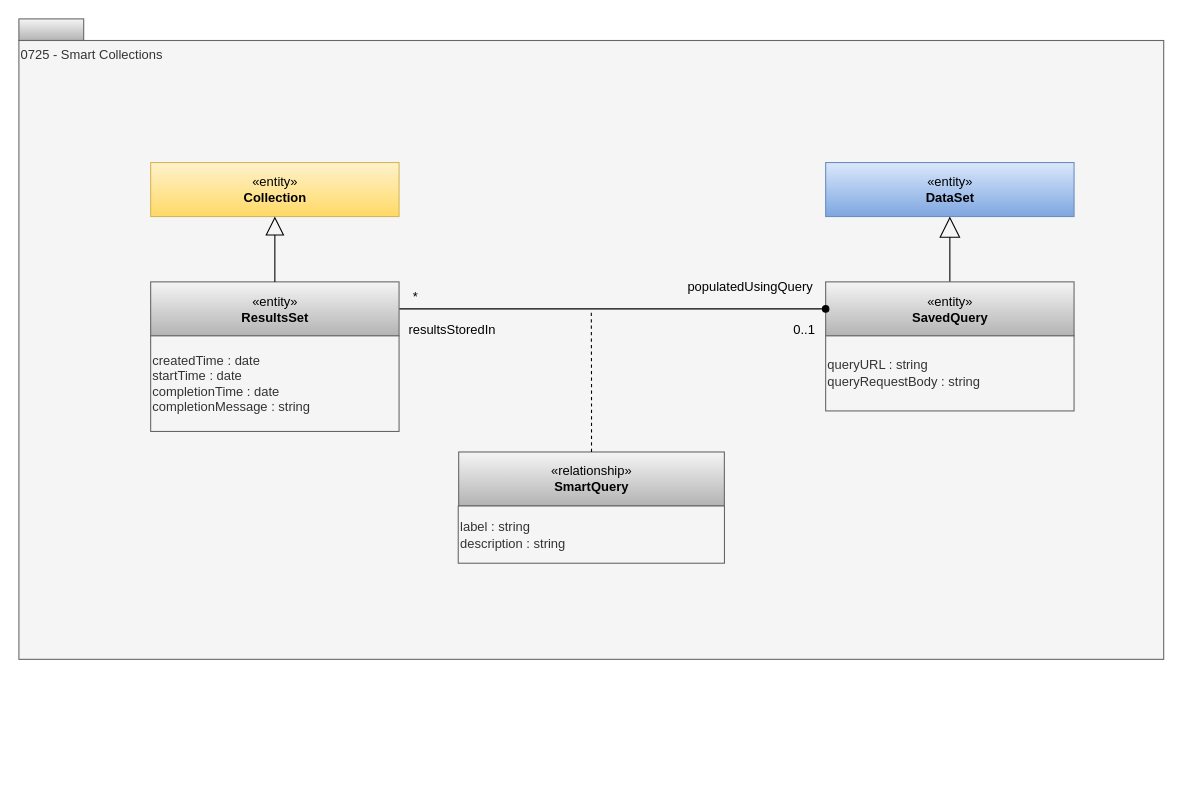
This is page "0725-Smart-Collections" (9 of 20) of site/docs/types/7/area-7-lineage.drawio from odpi/egeria-docs, a draw.io file, before an edit. Source tidied: cells renumbered, new cells numbered last; positions are measured from the earlier drawing's top-left corner, leaving out a move shared by most shapes. Both pictures are drawn from the tidied source at 108%, with x=0, y=0 at pixel (18, 18).
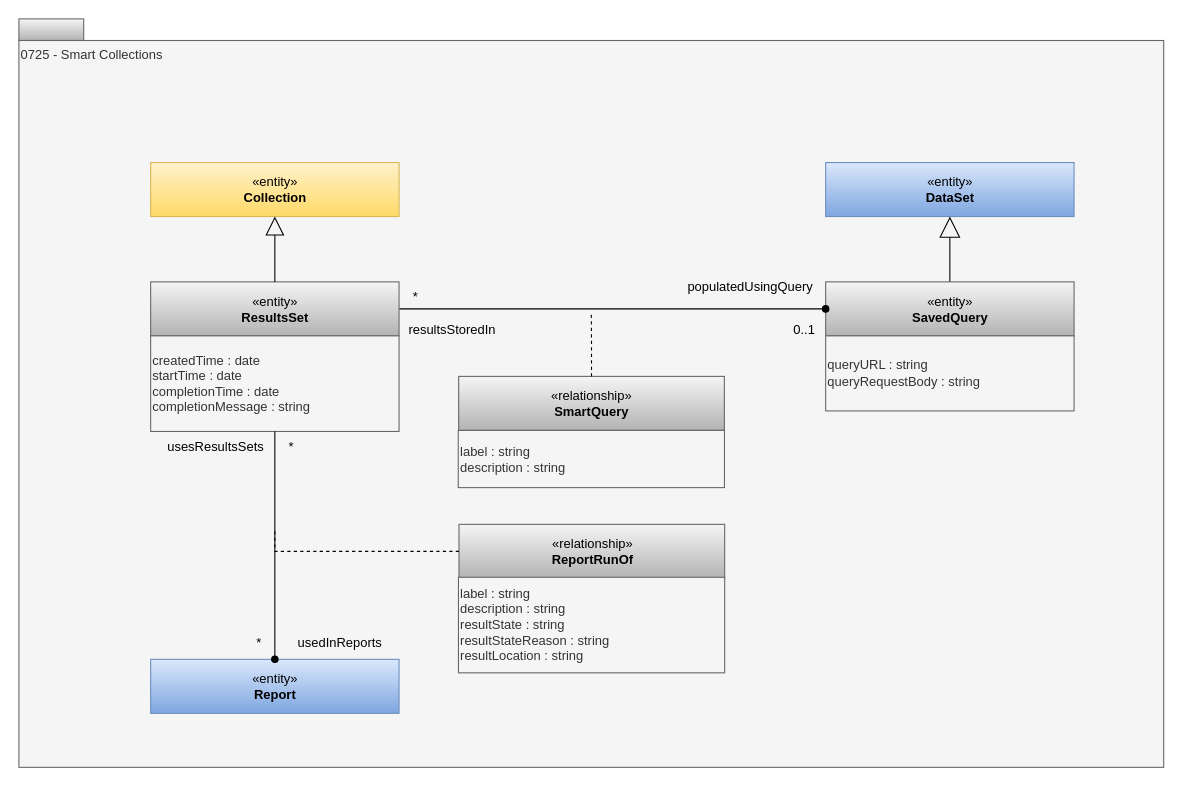
After the change.

Unchanged cells that the change refers to:
```xml
<mxCell id="18" value="createdTime : date&lt;div&gt;startTime : date&lt;/div&gt;&lt;div&gt;completionTime : date&lt;/div&gt;&lt;div&gt;completionMessage : string&lt;/div&gt;" style="rounded=0;whiteSpace=wrap;html=1;align=left;fillColor=#f5f5f5;fontColor=#333333;strokeColor=#666666;" parent="1" vertex="1">
  <mxGeometry x="122" y="293.5" width="230" height="88.5" as="geometry" />
</mxCell>
```

The edit, as a diff of the source:
```diff
@@
     <mxCell id="3" value="0725 - Smart Collections" style="rounded=0;whiteSpace=wrap;html=1;align=left;verticalAlign=top;fillColor=#f5f5f5;fontColor=#333333;strokeColor=#666666;" parent="1" vertex="1">
-      <mxGeometry y="20" width="1060" height="573" as="geometry" />
+      <mxGeometry y="20" width="1060" height="673" as="geometry" />
     </mxCell>
@@
     <mxCell id="5" value="«relationship»&lt;br&gt;&lt;b&gt;SmartQuery&lt;/b&gt;" style="html=1;strokeColor=#666666;align=center;fillColor=#f5f5f5;gradientColor=#b3b3b3;" parent="1" vertex="1">
-      <mxGeometry x="407.2" y="401" width="246" height="50" as="geometry" />
+      <mxGeometry x="407.2" y="331" width="246" height="50" as="geometry" />
     </mxCell>
     <mxCell id="6" value="label : string&lt;div&gt;description : string&lt;/div&gt;" style="rounded=0;whiteSpace=wrap;html=1;strokeColor=#666666;align=left;fillColor=#f5f5f5;fontColor=#333333;" parent="1" vertex="1">
-      <mxGeometry x="406.8" y="451" width="246.5" height="53" as="geometry" />
+      <mxGeometry x="406.8" y="381" width="246.5" height="53" as="geometry" />
     </mxCell>
@@
+    <mxCell id="20" value="«entity»&lt;br&gt;&lt;b&gt;Report&lt;/b&gt;" style="html=1;strokeColor=#6c8ebf;align=center;fillColor=#dae8fc;gradientColor=#7ea6e0;" parent="1" vertex="1">
+      <mxGeometry x="122" y="593" width="230" height="50" as="geometry" />
+    </mxCell>
+    <mxCell id="21" value="«relationship»&lt;br&gt;&lt;b&gt;ReportRunOf&lt;/b&gt;" style="html=1;strokeColor=#666666;align=center;fillColor=#f5f5f5;gradientColor=#b3b3b3;" parent="1" vertex="1">
+      <mxGeometry x="407.5" y="468" width="246" height="50" as="geometry" />
+    </mxCell>
+    <mxCell id="22" value="label : string&lt;div&gt;description : string&lt;/div&gt;&lt;div&gt;&lt;span style=&quot;background-color: transparent; color: light-dark(rgb(51, 51, 51), rgb(193, 193, 193));&quot;&gt;resultState : string&lt;/span&gt;&lt;/div&gt;&lt;div&gt;&lt;span style=&quot;background-color: transparent; color: light-dark(rgb(51, 51, 51), rgb(193, 193, 193));&quot;&gt;resultStateReason : string&lt;/span&gt;&lt;/div&gt;&lt;div&gt;&lt;span style=&quot;background-color: transparent; color: light-dark(rgb(51, 51, 51), rgb(193, 193, 193));&quot;&gt;resultLocation : string&lt;/span&gt;&lt;/div&gt;" style="rounded=0;whiteSpace=wrap;html=1;strokeColor=#666666;align=left;fillColor=#f5f5f5;fontColor=#333333;" parent="1" vertex="1">
+      <mxGeometry x="407" y="517" width="246.5" height="88.5" as="geometry" />
+    </mxCell>
+    <mxCell id="23" style="edgeStyle=orthogonalEdgeStyle;rounded=0;html=1;exitX=0;exitY=0.5;dashed=1;endArrow=none;endFill=0;jettySize=auto;exitDx=0;exitDy=0;" parent="1" edge="1" source="21">
+      <mxGeometry x="-0.34" relative="1" as="geometry">
+        <mxPoint x="237" y="473" as="targetPoint" />
+        <Array as="points">
+          <mxPoint x="237" y="493" />
+        </Array>
+      </mxGeometry>
+    </mxCell>
+    <mxCell id="24" value="usesResultsSets" style="text;html=1;align=center;verticalAlign=middle;strokeColor=none;fillColor=none;" parent="1" vertex="1">
+      <mxGeometry x="127" y="382" width="110" height="30" as="geometry" />
+    </mxCell>
+    <mxCell id="25" value="usedInReports" style="text;html=1;align=center;verticalAlign=middle;strokeColor=none;fillColor=none;" parent="1" vertex="1">
+      <mxGeometry x="247" y="563" width="100" height="30" as="geometry" />
+    </mxCell>
+    <mxCell id="26" value="*" style="text;html=1;align=center;verticalAlign=middle;strokeColor=none;fillColor=none;" parent="1" vertex="1">
+      <mxGeometry x="237" y="382" width="30" height="30" as="geometry" />
+    </mxCell>
+    <mxCell id="27" value="*" style="text;html=1;align=center;verticalAlign=middle;strokeColor=none;fillColor=none;" parent="1" vertex="1">
+      <mxGeometry x="207" y="563" width="30" height="30" as="geometry" />
+    </mxCell>
+    <mxCell id="28" style="edgeStyle=orthogonalEdgeStyle;rounded=0;jettySize=auto;html=1;endArrow=none;endFill=0;startArrow=oval;startFill=1;exitX=0.5;exitY=0;exitDx=0;exitDy=0;entryX=0.5;entryY=1;entryDx=0;entryDy=0;" parent="1" edge="1" source="20" target="18">
+      <mxGeometry x="-0.33" relative="1" as="geometry" />
+    </mxCell>
```
